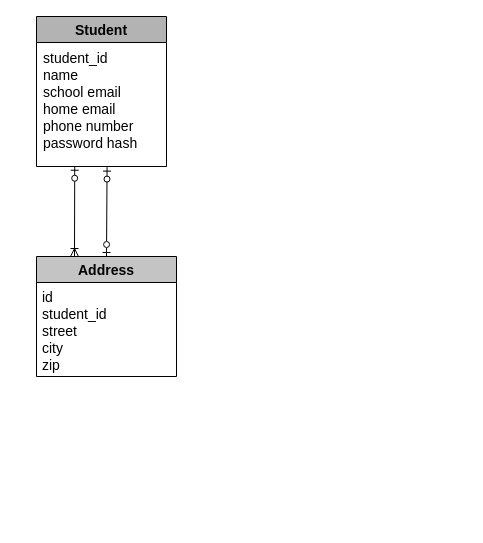
invegat/COP5725 keeps this draw.io diagram as Course Project 1 Relational.drawio. Above is the earlier version. Source tidied: cells renumbered, new cells numbered last; positions are measured from the earlier drawing's top-left corner, leaving out a move shared by most shapes. Both pictures are drawn from the tidied source at 100%, with x=0, y=0 at pixel (36, 16).
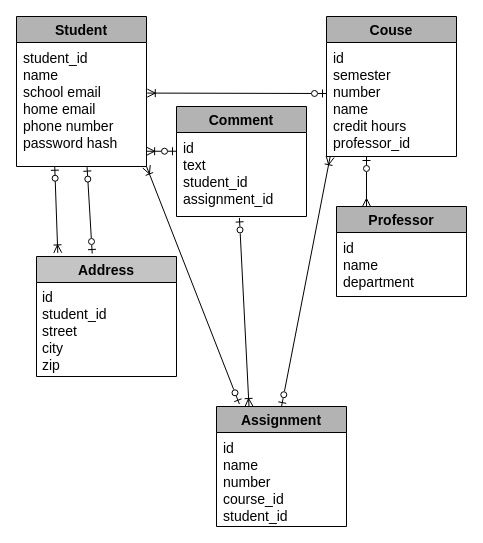
The same diagram, later.

The change refers to these unchanged cells:
```xml
<mxCell id="3" value="student_id&#10;name&#10;school email&#10;home email&#10;phone number&#10;password hash" style="text;strokeColor=none;fillColor=none;align=left;verticalAlign=top;spacingLeft=4;spacingRight=4;overflow=hidden;points=[[0,0.5],[1,0.5]];portConstraint=eastwest;labelBackgroundColor=none;fontSize=14;fontColor=default;spacing=3;" parent="2" vertex="1">
  <mxGeometry y="26" width="130" height="124" as="geometry" />
</mxCell>
<mxCell id="4" value="Address" style="swimlane;fontStyle=1;horizontal=1;startSize=26;fillColor=#C4C4C4;labelBackgroundColor=none;fontSize=14;fontColor=default;" parent="1" vertex="1">
  <mxGeometry y="240" width="140" height="120" as="geometry" />
</mxCell>
```

Diff of the diagram source:
```diff
@@
     <mxCell id="2" value="Student" style="swimlane;fontStyle=1;horizontal=1;startSize=26;fillColor=#B3B3B3;labelBackgroundColor=none;fontSize=14;fontColor=default;" parent="1" vertex="1">
-      <mxGeometry width="130" height="150" as="geometry" />
+      <mxGeometry x="-20" width="130" height="150" as="geometry" />
     </mxCell>
@@
-    <mxCell id="6" style="fontSize=12;html=1;endArrow=ERzeroToOne;endFill=1;rounded=0;fontColor=default;startArrow=ERzeroToOne;startFill=0;exitX=0.5;exitY=0;exitDx=0;exitDy=0;entryX=0.543;entryY=1.005;entryDx=0;entryDy=0;entryPerimeter=0;" parent="1" edge="1" source="4" target="3">
+    <mxCell id="6" style="fontSize=12;html=1;endArrow=ERzeroToOne;endFill=1;rounded=0;fontColor=default;startArrow=ERzeroToOne;startFill=0;exitX=0.398;exitY=-0.025;exitDx=0;exitDy=0;entryX=0.543;entryY=1.005;entryDx=0;entryDy=0;entryPerimeter=0;exitPerimeter=0;" parent="1" edge="1" source="4" target="3">
       <mxGeometry relative="1" as="geometry" />
     </mxCell>
-    <mxCell id="7" style="fontSize=12;html=1;endArrow=ERzeroToOne;endFill=1;rounded=0;fontColor=default;entryX=0.294;entryY=0.998;entryDx=0;entryDy=0;entryPerimeter=0;startArrow=ERoneToMany;startFill=0;" parent="1" edge="1" target="3">
-      <mxGeometry relative="1" as="geometry">
-        <mxPoint x="38" y="240" as="sourcePoint" />
-      </mxGeometry>
+    <mxCell id="7" style="fontSize=12;html=1;endArrow=ERzeroToOne;endFill=1;rounded=0;fontColor=default;entryX=0.294;entryY=0.998;entryDx=0;entryDy=0;entryPerimeter=0;startArrow=ERoneToMany;startFill=0;exitX=0.152;exitY=-0.03;exitDx=0;exitDy=0;exitPerimeter=0;" parent="1" edge="1" source="4" target="3">
+      <mxGeometry relative="1" as="geometry" />
     </mxCell>
+    <mxCell id="8" value="Couse" style="swimlane;fontStyle=1;horizontal=1;startSize=26;fillColor=#B3B3B3;labelBackgroundColor=none;fontSize=14;fontColor=default;" parent="1" vertex="1">
+      <mxGeometry x="290" width="130" height="140" as="geometry" />
+    </mxCell>
+    <mxCell id="9" value="id&#10;semester&#10;number&#10;name&#10;credit hours&#10;professor_id" style="text;strokeColor=none;fillColor=none;align=left;verticalAlign=top;spacingLeft=4;spacingRight=4;overflow=hidden;points=[[0,0.5],[1,0.5]];portConstraint=eastwest;labelBackgroundColor=none;fontSize=14;fontColor=default;spacing=3;" parent="8" vertex="1">
+      <mxGeometry y="26" width="130" height="114" as="geometry" />
+    </mxCell>
+    <mxCell id="10" style="endArrow=ERzeroToOne;html=1;rounded=0;fontSize=14;startArrow=ERoneToMany;startFill=0;endFill=0;exitX=1.006;exitY=0.408;exitDx=0;exitDy=0;exitPerimeter=0;" parent="1" edge="1" source="3">
+      <mxGeometry relative="1" as="geometry">
+        <mxPoint x="290" y="77" as="targetPoint" />
+      </mxGeometry>
+    </mxCell>
+    <mxCell id="11" value="Professor" style="swimlane;fontStyle=1;horizontal=1;startSize=26;fillColor=#B3B3B3;labelBackgroundColor=none;fontSize=14;fontColor=default;" parent="1" vertex="1">
+      <mxGeometry x="300" y="190" width="130" height="90" as="geometry" />
+    </mxCell>
+    <mxCell id="12" value="id&#10;name&#10;department" style="text;strokeColor=none;fillColor=none;align=left;verticalAlign=top;spacingLeft=4;spacingRight=4;overflow=hidden;labelBackgroundColor=none;fontSize=14;fontColor=default;spacing=3;" parent="11" vertex="1">
+      <mxGeometry y="26" width="130" height="64" as="geometry" />
+    </mxCell>
+    <mxCell id="13" style="endArrow=ERzeroToOne;html=1;rounded=0;fontSize=14;startArrow=ERmany;startFill=0;endFill=0;" parent="1" edge="1">
+      <mxGeometry relative="1" as="geometry">
+        <mxPoint x="330" y="190" as="sourcePoint" />
+        <mxPoint x="330" y="140" as="targetPoint" />
+      </mxGeometry>
+    </mxCell>
+    <mxCell id="14" value="Assignment" style="swimlane;fontStyle=1;horizontal=1;startSize=26;fillColor=#B3B3B3;labelBackgroundColor=none;fontSize=14;fontColor=default;" parent="1" vertex="1">
+      <mxGeometry x="180" y="390" width="130" height="120" as="geometry" />
+    </mxCell>
+    <mxCell id="15" value="id&#10;name&#10;number&#10;course_id&#10;student_id" style="text;strokeColor=none;fillColor=none;align=left;verticalAlign=top;spacingLeft=4;spacingRight=4;overflow=hidden;labelBackgroundColor=none;fontSize=14;fontColor=default;spacing=3;" parent="14" vertex="1">
+      <mxGeometry y="26" width="130" height="94" as="geometry" />
+    </mxCell>
+    <mxCell id="16" style="endArrow=ERzeroToOne;html=1;rounded=0;fontSize=14;entryX=0.972;entryY=1.003;entryDx=0;entryDy=0;entryPerimeter=0;exitX=0.387;exitY=-0.031;exitDx=0;exitDy=0;exitPerimeter=0;strokeColor=none;startArrow=ERoneToMany;startFill=0;endFill=0;" parent="1" edge="1" source="14" target="3">
+      <mxGeometry relative="1" as="geometry" />
+    </mxCell>
+    <mxCell id="17" style="endArrow=ERoneToMany;html=1;rounded=0;fontSize=14;startArrow=ERzeroToOne;startFill=0;endFill=0;exitX=0.176;exitY=-0.021;exitDx=0;exitDy=0;exitPerimeter=0;" parent="1" edge="1" source="14">
+      <mxGeometry relative="1" as="geometry">
+        <mxPoint x="110" y="150" as="targetPoint" />
+      </mxGeometry>
+    </mxCell>
+    <mxCell id="18" style="endArrow=ERoneToMany;html=1;rounded=0;fontSize=14;entryX=0.028;entryY=1.003;entryDx=0;entryDy=0;entryPerimeter=0;exitX=0.5;exitY=0;exitDx=0;exitDy=0;startArrow=ERzeroToOne;startFill=0;endFill=0;" parent="1" edge="1" source="14" target="9">
+      <mxGeometry relative="1" as="geometry" />
+    </mxCell>
+    <mxCell id="19" value="Comment" style="swimlane;fontStyle=1;horizontal=1;startSize=26;fillColor=#B3B3B3;labelBackgroundColor=none;fontSize=14;fontColor=default;" parent="1" vertex="1">
+      <mxGeometry x="140" y="90" width="130" height="110" as="geometry" />
+    </mxCell>
+    <mxCell id="20" value="id&#10;text&#10;student_id&#10;assignment_id" style="text;strokeColor=none;fillColor=none;align=left;verticalAlign=top;spacingLeft=4;spacingRight=4;overflow=hidden;points=[[0,0.5],[1,0.5]];portConstraint=eastwest;labelBackgroundColor=none;fontSize=14;fontColor=default;spacing=3;" parent="19" vertex="1">
+      <mxGeometry y="26" width="130" height="84" as="geometry" />
+    </mxCell>
+    <mxCell id="21" style="endArrow=ERzeroToOne;html=1;rounded=0;fontSize=14;exitX=1.001;exitY=0.877;exitDx=0;exitDy=0;exitPerimeter=0;entryX=0;entryY=0.223;entryDx=0;entryDy=0;entryPerimeter=0;startArrow=ERoneToMany;startFill=0;endFill=0;" parent="1" edge="1" source="3" target="20">
+      <mxGeometry relative="1" as="geometry" />
+    </mxCell>
+    <mxCell id="22" style="endArrow=ERzeroToOne;html=1;rounded=0;fontSize=14;entryX=0.484;entryY=1.017;entryDx=0;entryDy=0;entryPerimeter=0;exitX=0.25;exitY=0;exitDx=0;exitDy=0;startArrow=ERoneToMany;startFill=0;endFill=0;" parent="1" edge="1" source="14" target="20">
+      <mxGeometry relative="1" as="geometry" />
+    </mxCell>
```
